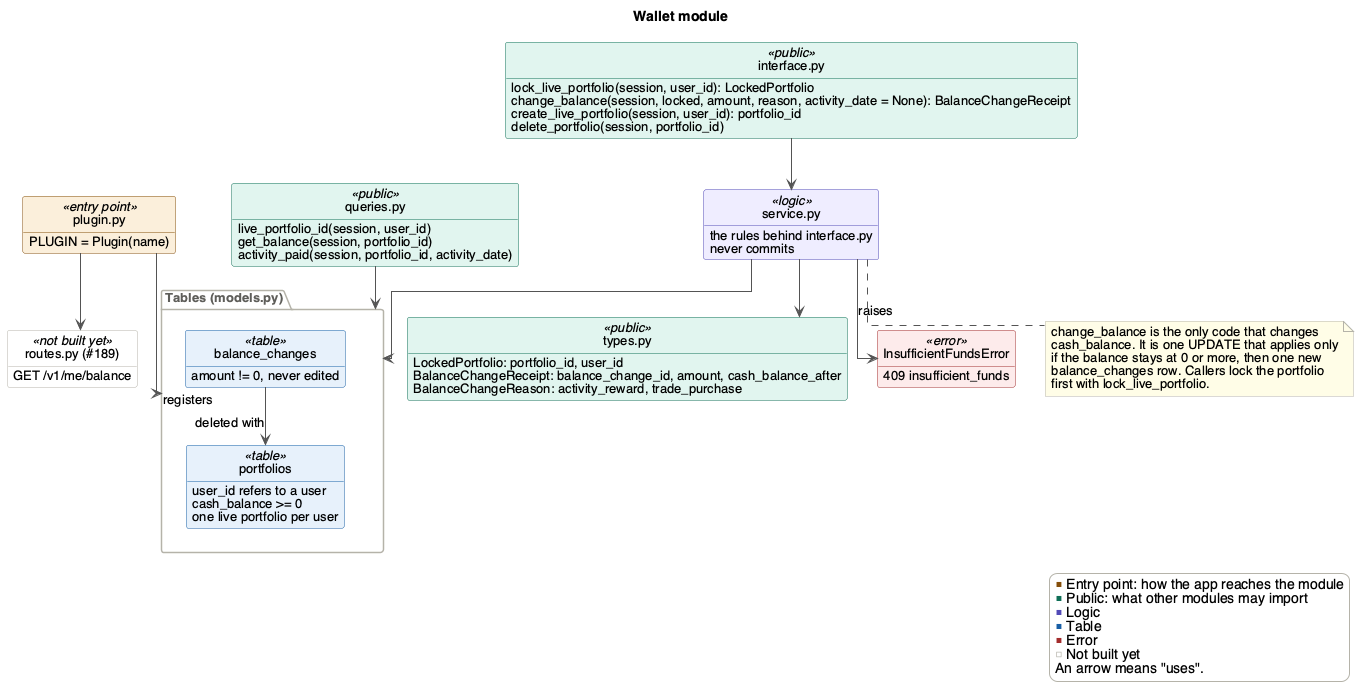
This is docs/Design/SoftArchitecture/figures/wallet.png from davislenover/BurnNEarn, a PlantUML export, as it was before one commit. The source it was exported from:
```plantuml
@startuml wallet
!include style.iuml
title Wallet module

class "plugin.py" as plugin <<entry point>> {
  PLUGIN = Plugin(name)
}
class "routes.py (#189)" as routes <<not built yet>> {
  GET /v1/me/balance
}

class "interface.py" as interface <<public>> {
  lock_live_portfolio(session, user_id): LockedPortfolio
  change_balance(session, locked, amount, reason, activity_date = None): BalanceChangeReceipt
  create_live_portfolio(session, user_id): portfolio_id
  delete_portfolio(session, portfolio_id)
}
class "queries.py" as queries <<public>> {
  live_portfolio_id(session, user_id)
  get_balance(session, portfolio_id)
  activity_paid(session, portfolio_id, activity_date)
}
class "types.py" as types <<public>> {
  LockedPortfolio: portfolio_id, user_id
  BalanceChangeReceipt: balance_change_id, amount, cash_balance_after
  BalanceChangeReason: activity_reward, trade_purchase
}
class InsufficientFundsError <<error>> {
  409 insufficient_funds
}

class "service.py" as service <<logic>> {
  the rules behind interface.py
  never commits
}

package "Tables (models.py)" as tables {
  class "portfolios" as portfolios <<table>> {
    user_id refers to a user
    cash_balance >= 0
    one live portfolio per user
  }
  class "balance_changes" as changes <<table>> {
    amount != 0, never edited
  }
}

plugin --> tables : registers
plugin --> routes
interface --> service
service --> types
service --> InsufficientFundsError : raises
service --> tables
queries --> tables
changes --> portfolios : deleted with

note bottom of service
  change_balance is the only code that changes
  cash_balance. It is one UPDATE that applies only
  if the balance stays at 0 or more, then one new
  balance_changes row. Callers lock the portfolio
  first with lock_live_portfolio.
end note

legend right
  <color:#854F0B>■</color> Entry point: how the app reaches the module
  <color:#0F6E56>■</color> Public: what other modules may import
  <color:#534AB7>■</color> Logic
  <color:#185FA5>■</color> Table
  <color:#A32D2D>■</color> Error
  <color:#B4B2A9>□</color> Not built yet
  An arrow means "uses".
endlegend
@enduml
```
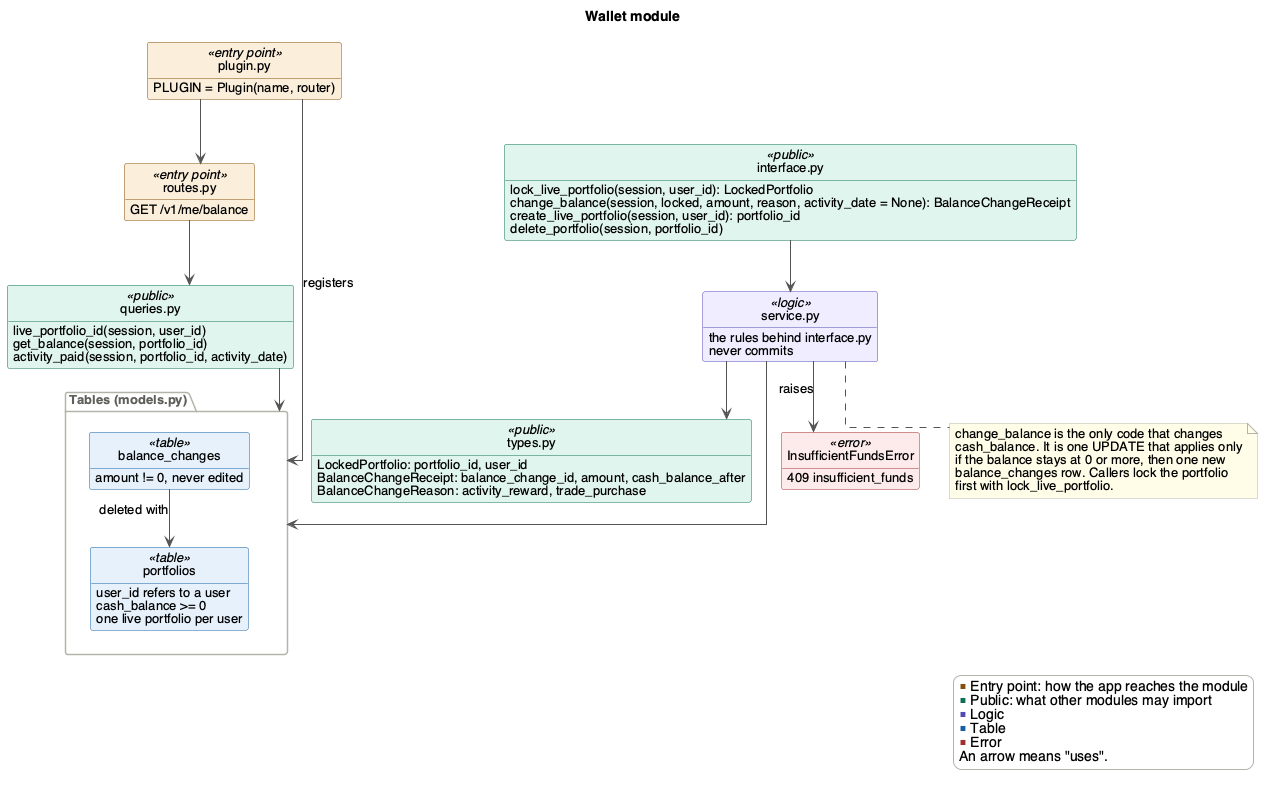
Above is the later version.

Commit message:
Add the trading class diagram and how a buy works (#188)

What changed in the source:
```diff
@@ -3,9 +3,9 @@
 title Wallet module
 
 class "plugin.py" as plugin <<entry point>> {
-  PLUGIN = Plugin(name)
+  PLUGIN = Plugin(name, router)
 }
-class "routes.py (#189)" as routes <<not built yet>> {
+class "routes.py" as routes <<entry point>> {
   GET /v1/me/balance
 }
 
@@ -52,6 +52,7 @@
 service --> InsufficientFundsError : raises
 service --> tables
 queries --> tables
+routes --> queries
 changes --> portfolios : deleted with
 
 note bottom of service
@@ -68,7 +69,6 @@
   <color:#534AB7>■</color> Logic
   <color:#185FA5>■</color> Table
   <color:#A32D2D>■</color> Error
-  <color:#B4B2A9>□</color> Not built yet
   An arrow means "uses".
 endlegend
 @enduml
```
